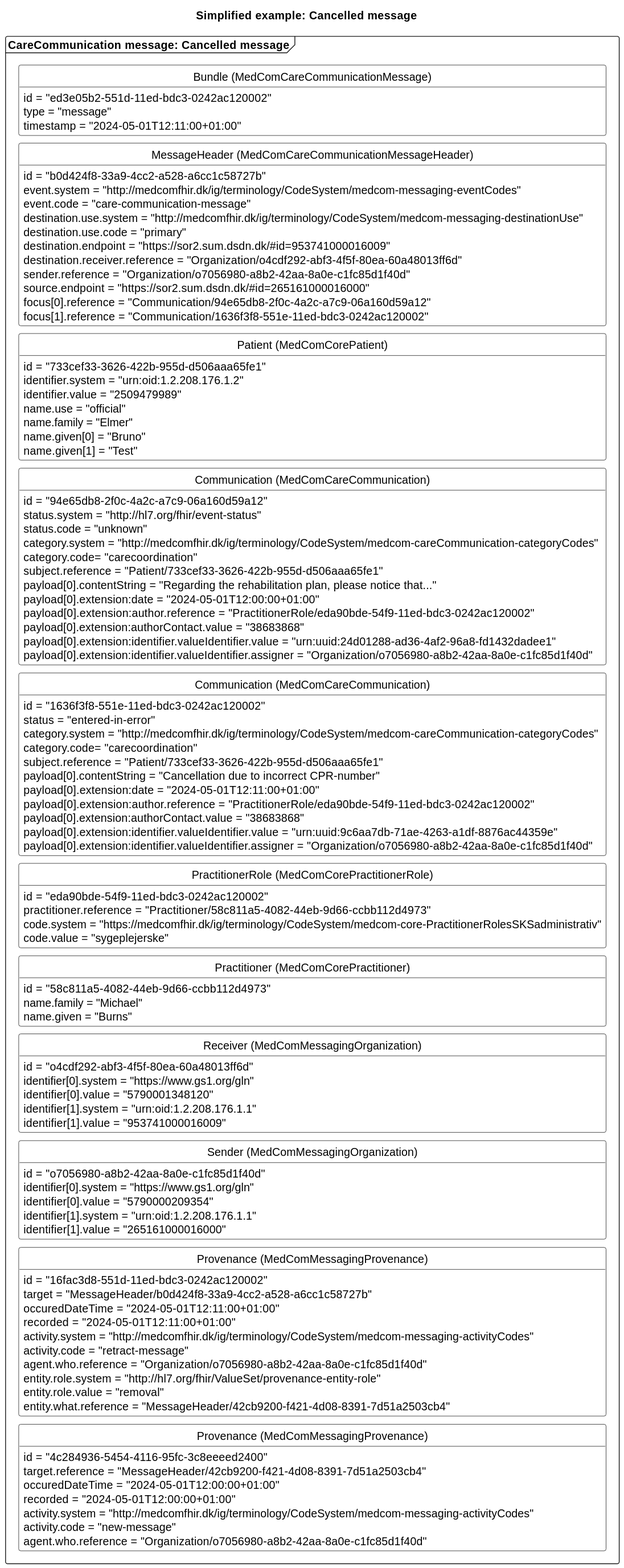
This is input/images/carecommunication/CCcancelMessage.svg from medcomdk/dk-medcom-carecommunication, a PlantUML export, as it was before one commit.
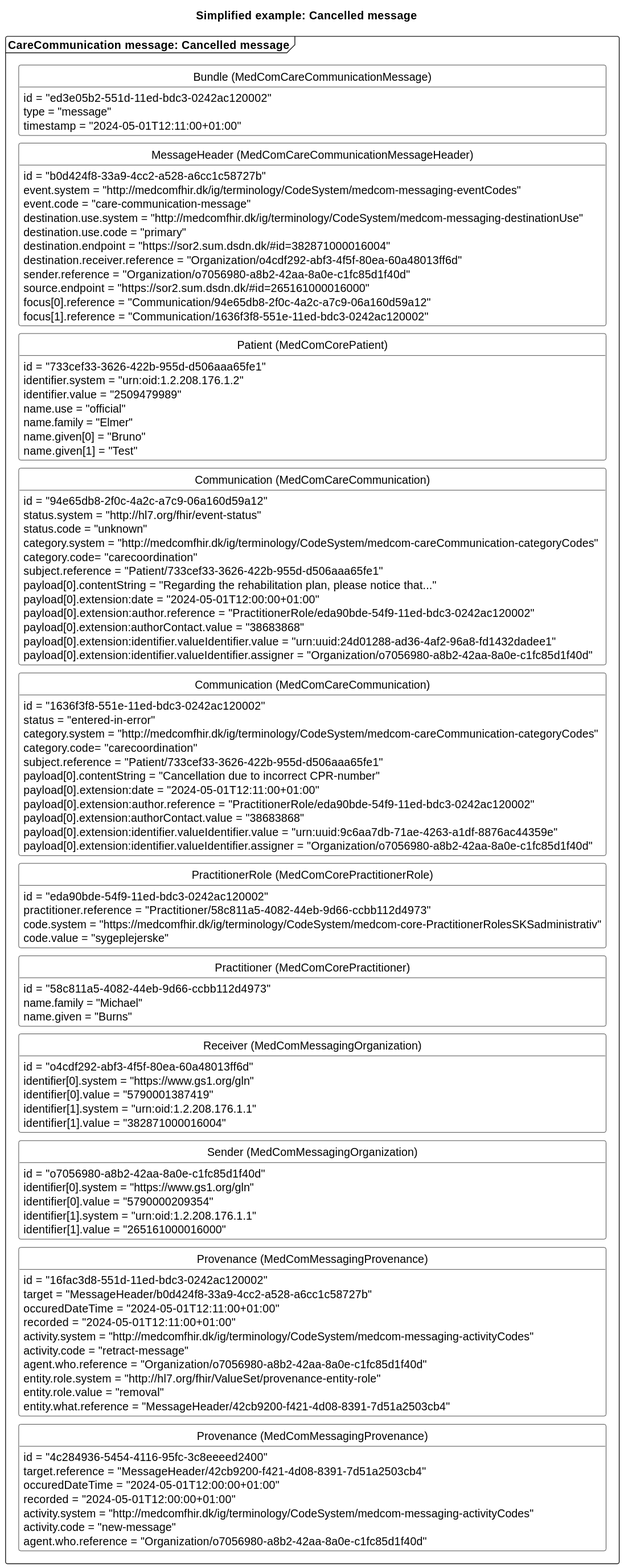
Above is the later version.

Change to the diagram source:
```diff
@@ -25,7 +25,7 @@
         event.code = "care-communication-message"
         destination.use.system = "http://medcomfhir.dk/ig/terminology/CodeSystem/medcom-messaging-destinationUse"
         destination.use.code = "primary"
-        destination.endpoint = "https://sor2.sum.dsdn.dk/#id=953741000016009"
+        destination.endpoint = "https://sor2.sum.dsdn.dk/#id=382871000016004"
         destination.receiver.reference = "Organization/o4cdf292-abf3-4f5f-80ea-60a48013ff6d"
         sender.reference = "Organization/o7056980-a8b2-42aa-8a0e-c1fc85d1f40d"
         source.endpoint = "https://sor2.sum.dsdn.dk/#id=265161000016000"
@@ -82,9 +82,9 @@
     class "Receiver (MedComMessagingOrganization)" as errorROrg{
         id = "o4cdf292-abf3-4f5f-80ea-60a48013ff6d"
         identifier[0].system = "https://www.gs1.org/gln"
-        identifier[0].value = "5790001348120"
+        identifier[0].value = "5790001387419"
         identifier[1].system = "urn:oid:1.2.208.176.1.1"
-        identifier[1].value = "953741000016009"
+        identifier[1].value = "382871000016004"
     }
     class "Sender (MedComMessagingOrganization)" as errorSOrg{
         id = "o7056980-a8b2-42aa-8a0e-c1fc85d1f40d"
```
